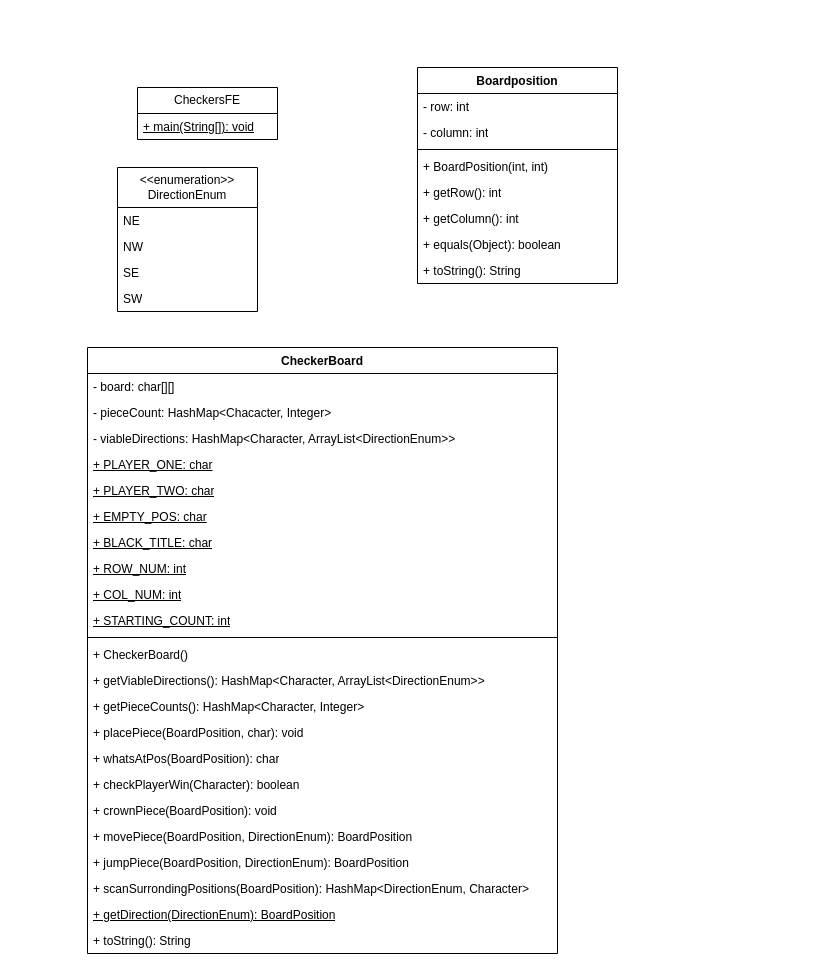
Before: CheckersUML.drawio in ksurisetty11/checkers-project, a draw.io diagram. Source tidied: cells renumbered, new cells numbered last; positions are measured from the earlier drawing's top-left corner, leaving out a move shared by most shapes. Both pictures are drawn from the tidied source at 100%, with x=0, y=0 at pixel (87, 67).
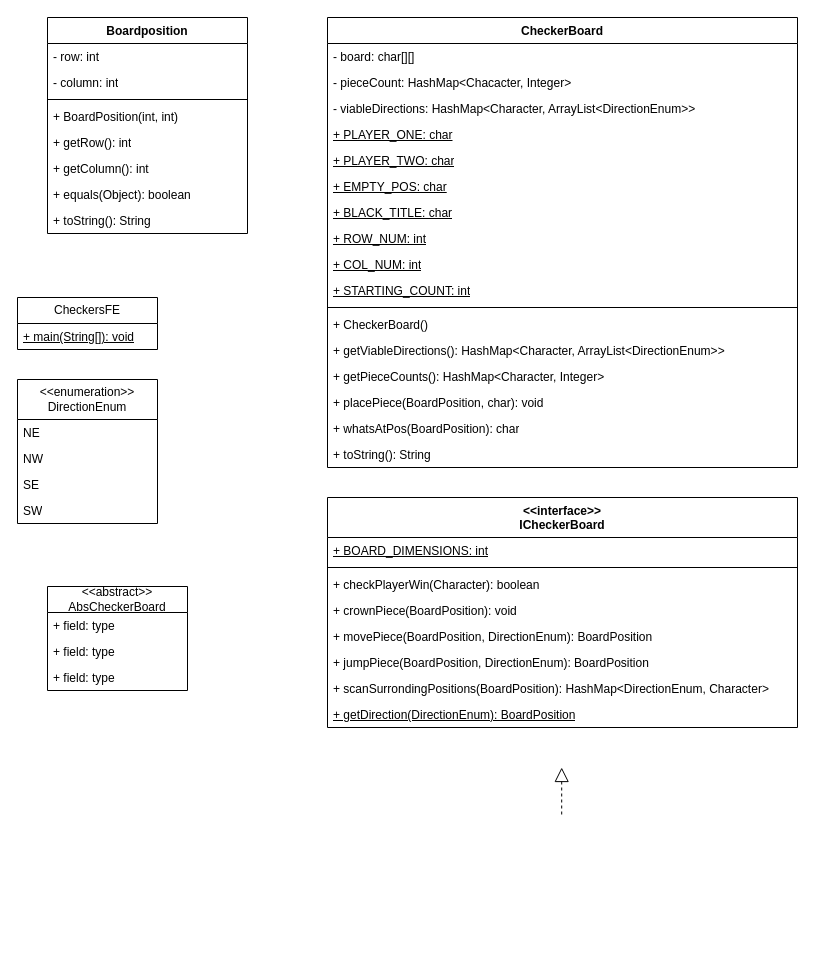
Above is the later version.

Commit message:
Added ICheckerBoard and AbsCheckBoard to UML

What changed in the source:
```diff
@@
     <mxCell id="2" value="Boardposition" style="swimlane;fontStyle=1;align=center;verticalAlign=top;horizontal=1;startSize=26;whiteSpace=wrap;html=1;" parent="1" vertex="1">
-      <mxGeometry x="330" width="200" height="216" as="geometry" />
+      <mxGeometry x="-40" y="-50" width="200" height="216" as="geometry" />
     </mxCell>
@@
     <mxCell id="11" value="CheckerBoard" style="swimlane;fontStyle=1;align=center;verticalAlign=top;horizontal=1;startSize=26;whiteSpace=wrap;html=1;" parent="1" vertex="1">
-      <mxGeometry y="280" width="470" height="606" as="geometry" />
+      <mxGeometry x="240" y="-50" width="470" height="450" as="geometry" />
     </mxCell>
@@
-    <mxCell id="28" value="+ checkPlayerWin(Character): boolean" style="text;strokeColor=none;fillColor=none;align=left;verticalAlign=top;spacingLeft=4;spacingRight=4;overflow=hidden;whiteSpace=wrap;html=1;" parent="11" vertex="1">
-      <mxGeometry y="424" width="470" height="26" as="geometry" />
-    </mxCell>
-    <mxCell id="29" value="+ crownPiece(BoardPosition): void" style="text;strokeColor=none;fillColor=none;align=left;verticalAlign=top;spacingLeft=4;spacingRight=4;overflow=hidden;whiteSpace=wrap;html=1;" parent="11" vertex="1">
-      <mxGeometry y="450" width="470" height="26" as="geometry" />
-    </mxCell>
-    <mxCell id="30" value="+ movePiece(BoardPosition, DirectionEnum): BoardPosition" style="text;strokeColor=none;fillColor=none;align=left;verticalAlign=top;spacingLeft=4;spacingRight=4;overflow=hidden;whiteSpace=wrap;html=1;" parent="11" vertex="1">
-      <mxGeometry y="476" width="470" height="26" as="geometry" />
-    </mxCell>
-    <mxCell id="31" value="+ jumpPiece(BoardPosition, DirectionEnum): BoardPosition" style="text;strokeColor=none;fillColor=none;align=left;verticalAlign=top;spacingLeft=4;spacingRight=4;overflow=hidden;whiteSpace=wrap;html=1;" parent="11" vertex="1">
-      <mxGeometry y="502" width="470" height="26" as="geometry" />
-    </mxCell>
-    <mxCell id="32" value="+ scanSurrondingPositions(BoardPosition): HashMap&amp;lt;DirectionEnum, Character&amp;gt;" style="text;strokeColor=none;fillColor=none;align=left;verticalAlign=top;spacingLeft=4;spacingRight=4;overflow=hidden;whiteSpace=wrap;html=1;" parent="11" vertex="1">
-      <mxGeometry y="528" width="470" height="26" as="geometry" />
-    </mxCell>
-    <mxCell id="33" value="&lt;u&gt;+ getDirection(DirectionEnum): BoardPosition&lt;/u&gt;" style="text;strokeColor=none;fillColor=none;align=left;verticalAlign=top;spacingLeft=4;spacingRight=4;overflow=hidden;whiteSpace=wrap;html=1;" parent="11" vertex="1">
-      <mxGeometry y="554" width="470" height="26" as="geometry" />
-    </mxCell>
     <mxCell id="34" value="+ toString(): String" style="text;strokeColor=none;fillColor=none;align=left;verticalAlign=top;spacingLeft=4;spacingRight=4;overflow=hidden;whiteSpace=wrap;html=1;" parent="11" vertex="1">
-      <mxGeometry y="580" width="470" height="26" as="geometry" />
+      <mxGeometry y="424" width="470" height="26" as="geometry" />
     </mxCell>
     <mxCell id="35" value="CheckersFE" style="swimlane;fontStyle=0;horizontal=1;startSize=26;fillColor=none;whiteSpace=wrap;html=1;" parent="1" vertex="1">
-      <mxGeometry x="50" y="20" width="140" height="52" as="geometry" />
+      <mxGeometry x="-70" y="230" width="140" height="52" as="geometry" />
     </mxCell>
@@
     <mxCell id="37" value="&amp;lt;&amp;lt;enumeration&amp;gt;&amp;gt;&lt;div&gt;DirectionEnum&lt;/div&gt;" style="swimlane;fontStyle=0;horizontal=1;startSize=40;fillColor=none;whiteSpace=wrap;html=1;" parent="1" vertex="1">
-      <mxGeometry x="30" y="100" width="140" height="144" as="geometry" />
+      <mxGeometry x="-70" y="312" width="140" height="144" as="geometry" />
     </mxCell>
@@
+    <mxCell id="42" value="&lt;div&gt;&amp;lt;&amp;lt;abstract&amp;gt;&amp;gt;&lt;/div&gt;AbsCheckerBoard" style="swimlane;fontStyle=0;horizontal=1;startSize=26;fillColor=none;whiteSpace=wrap;html=1;" parent="1" vertex="1">
+      <mxGeometry x="-40" y="519" width="140" height="104" as="geometry" />
+    </mxCell>
+    <mxCell id="43" value="+ field: type" style="text;strokeColor=none;fillColor=none;align=left;verticalAlign=top;spacingLeft=4;spacingRight=4;overflow=hidden;whiteSpace=wrap;html=1;" parent="42" vertex="1">
+      <mxGeometry y="26" width="140" height="26" as="geometry" />
+    </mxCell>
+    <mxCell id="44" value="+ field: type" style="text;strokeColor=none;fillColor=none;align=left;verticalAlign=top;spacingLeft=4;spacingRight=4;overflow=hidden;whiteSpace=wrap;html=1;" parent="42" vertex="1">
+      <mxGeometry y="52" width="140" height="26" as="geometry" />
+    </mxCell>
+    <mxCell id="45" value="+ field: type" style="text;strokeColor=none;fillColor=none;align=left;verticalAlign=top;spacingLeft=4;spacingRight=4;overflow=hidden;whiteSpace=wrap;html=1;" parent="42" vertex="1">
+      <mxGeometry y="78" width="140" height="26" as="geometry" />
+    </mxCell>
+    <mxCell id="46" style="endArrow=block;dashed=1;endFill=0;endSize=12;html=1;rounded=0;" parent="1" edge="1">
+      <mxGeometry relative="1" as="geometry">
+        <mxPoint x="474.2" y="747" as="sourcePoint" />
+        <mxPoint x="474.2" y="700" as="targetPoint" />
+      </mxGeometry>
+    </mxCell>
+    <mxCell id="47" value="&amp;lt;&amp;lt;interface&amp;gt;&amp;gt;&lt;div&gt;ICheckerBoard&lt;/div&gt;" style="swimlane;fontStyle=1;align=center;verticalAlign=top;horizontal=1;startSize=40;whiteSpace=wrap;html=1;" parent="1" vertex="1">
+      <mxGeometry x="240" y="430" width="470" height="230" as="geometry" />
+    </mxCell>
+    <mxCell id="48" value="&lt;u&gt;+ BOARD_DIMENSIONS: int&lt;/u&gt;" style="text;strokeColor=none;fillColor=none;align=left;verticalAlign=top;spacingLeft=4;spacingRight=4;overflow=hidden;whiteSpace=wrap;html=1;" parent="47" vertex="1">
+      <mxGeometry y="40" width="470" height="26" as="geometry" />
+    </mxCell>
+    <mxCell id="49" style="line;strokeWidth=1;fillColor=none;align=left;verticalAlign=middle;spacingTop=-1;spacingLeft=3;spacingRight=3;labelPosition=right;strokeColor=inherit;" parent="47" vertex="1">
+      <mxGeometry y="66" width="470" height="8" as="geometry" />
+    </mxCell>
+    <mxCell id="28" value="+ checkPlayerWin(Character): boolean" style="text;strokeColor=none;fillColor=none;align=left;verticalAlign=top;spacingLeft=4;spacingRight=4;overflow=hidden;whiteSpace=wrap;html=1;" parent="47" vertex="1">
+      <mxGeometry y="74" width="470" height="26" as="geometry" />
+    </mxCell>
+    <mxCell id="29" value="+ crownPiece(BoardPosition): void" style="text;strokeColor=none;fillColor=none;align=left;verticalAlign=top;spacingLeft=4;spacingRight=4;overflow=hidden;whiteSpace=wrap;html=1;" parent="47" vertex="1">
+      <mxGeometry y="100" width="470" height="26" as="geometry" />
+    </mxCell>
+    <mxCell id="30" value="+ movePiece(BoardPosition, DirectionEnum): BoardPosition" style="text;strokeColor=none;fillColor=none;align=left;verticalAlign=top;spacingLeft=4;spacingRight=4;overflow=hidden;whiteSpace=wrap;html=1;" parent="47" vertex="1">
+      <mxGeometry y="126" width="470" height="26" as="geometry" />
+    </mxCell>
+    <mxCell id="31" value="+ jumpPiece(BoardPosition, DirectionEnum): BoardPosition" style="text;strokeColor=none;fillColor=none;align=left;verticalAlign=top;spacingLeft=4;spacingRight=4;overflow=hidden;whiteSpace=wrap;html=1;" parent="47" vertex="1">
+      <mxGeometry y="152" width="470" height="26" as="geometry" />
+    </mxCell>
+    <mxCell id="32" value="+ scanSurrondingPositions(BoardPosition): HashMap&amp;lt;DirectionEnum, Character&amp;gt;" style="text;strokeColor=none;fillColor=none;align=left;verticalAlign=top;spacingLeft=4;spacingRight=4;overflow=hidden;whiteSpace=wrap;html=1;" parent="47" vertex="1">
+      <mxGeometry y="178" width="470" height="26" as="geometry" />
+    </mxCell>
+    <mxCell id="33" value="&lt;u&gt;+ getDirection(DirectionEnum): BoardPosition&lt;/u&gt;" style="text;strokeColor=none;fillColor=none;align=left;verticalAlign=top;spacingLeft=4;spacingRight=4;overflow=hidden;whiteSpace=wrap;html=1;" parent="47" vertex="1">
+      <mxGeometry y="204" width="470" height="26" as="geometry" />
+    </mxCell>
```
